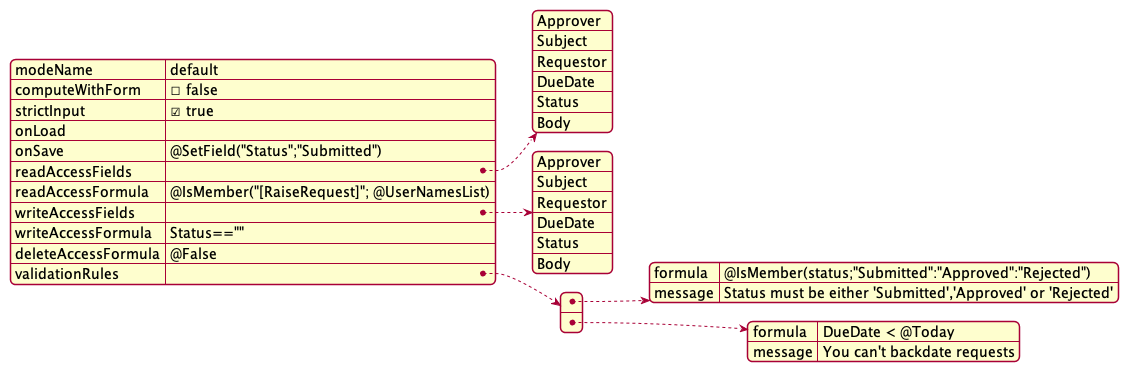
Above: docs/assets/images/formmode.png in HCL-TECH-SOFTWARE/domino-keep-docs (PlantUML), before the change.
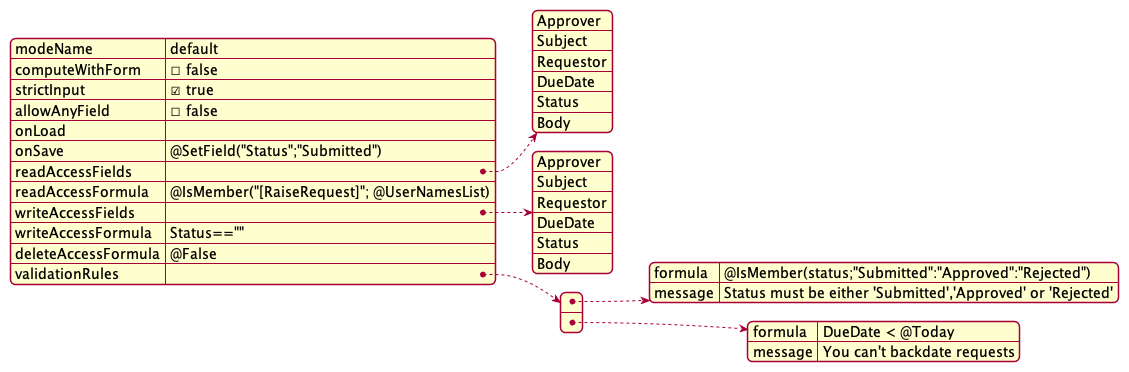
After the change.

The edit, as a diff of the source:
```diff
@@ -3,6 +3,7 @@
     "modeName": "default",
     "computeWithForm": false,
     "strictInput": true,
+    "allowAnyField" : false,
     "onLoad": "",
     "onSave": "@SetField(\"Status\";\"Submitted\")",
     "readAccessFields":  [ "Approver", "Subject", "Requestor", "DueDate", "Status", "Body" ],
```
